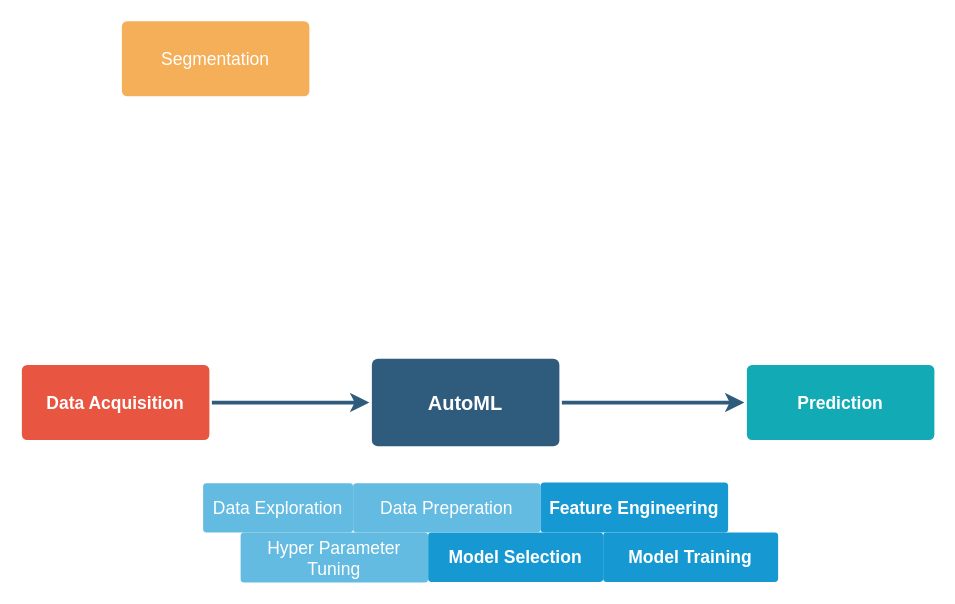
Above: Untitled Diagram.drawio in kar72kal/MC (draw.io), before the change. Source tidied: cells renumbered, new cells numbered last; positions are measured from the earlier drawing's top-left corner, leaving out a move shared by most shapes. Both pictures are drawn from the tidied source at 125%, with x=0, y=0 at pixel (21, 20).
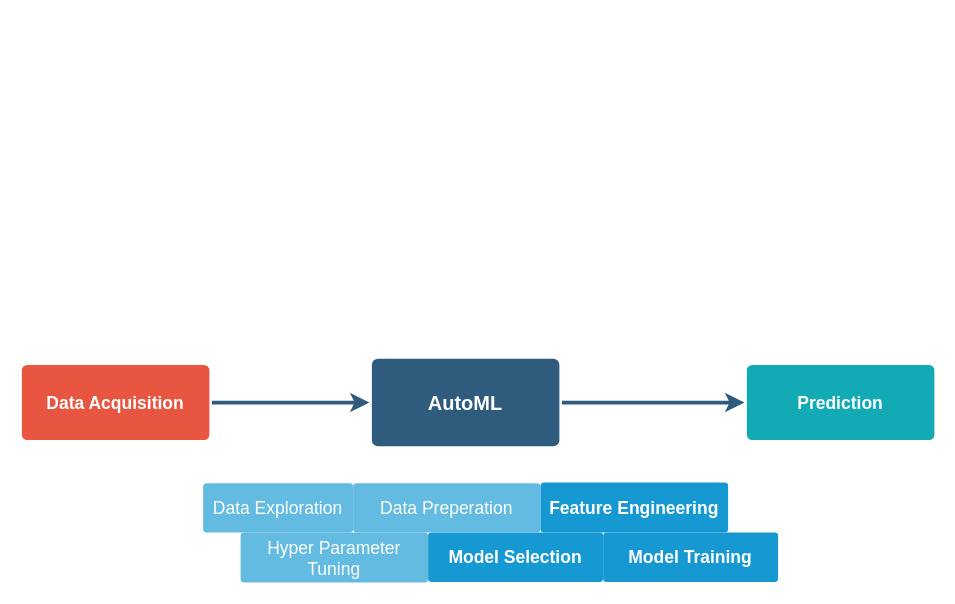
The same page after the edit.

Change to the diagram source:
```diff
@@
 <mxGraphModel background="#ffffff">
   <root>
     <mxCell id="0" />
     <mxCell id="1" parent="0" />
     <mxCell id="2" style="edgeStyle=none;rounded=0;jumpStyle=none;html=1;shadow=0;labelBackgroundColor=none;startArrow=none;startFill=0;endArrow=classic;endFill=1;jettySize=auto;strokeColor=#2F5B7C;strokeWidth=3;fontFamily=Helvetica;fontSize=16;fontColor=#23445D;spacing=5;" parent="1" edge="1" source="4" target="11">
       <mxGeometry relative="1" as="geometry" />
     </mxCell>
     <mxCell id="3" style="edgeStyle=none;rounded=0;jumpStyle=none;html=1;shadow=0;labelBackgroundColor=none;startArrow=none;startFill=0;endArrow=classic;endFill=1;jettySize=auto;strokeColor=#2F5B7C;strokeWidth=3;fontFamily=Helvetica;fontSize=16;fontColor=#23445D;spacing=5;entryX=0;entryY=0.5;entryDx=0;entryDy=0;exitX=1;exitY=0.5;exitDx=0;exitDy=0;" parent="1" edge="1" source="5" target="4">
       <mxGeometry relative="1" as="geometry" />
     </mxCell>
     <mxCell id="4" value="AutoML" style="rounded=1;whiteSpace=wrap;html=1;shadow=0;labelBackgroundColor=none;strokeColor=none;strokeWidth=3;fillColor=#2F5B7C;fontFamily=Helvetica;fontSize=16;fontColor=#FFFFFF;align=center;fontStyle=1;spacing=5;arcSize=7;perimeterSpacing=2;" parent="1" vertex="1">
       <mxGeometry x="280" y="270.5" width="150" height="70" as="geometry" />
     </mxCell>
     <mxCell id="5" value="Data Acquisition" style="rounded=1;whiteSpace=wrap;html=1;shadow=0;labelBackgroundColor=none;strokeColor=none;strokeWidth=3;fillColor=#e85642;fontFamily=Helvetica;fontSize=14;fontColor=#FFFFFF;align=center;spacing=5;fontStyle=1;arcSize=7;perimeterSpacing=2;" parent="1" vertex="1">
       <mxGeometry y="275.5" width="150" height="60" as="geometry" />
     </mxCell>
     <mxCell id="6" value="Model Selection" style="rounded=1;whiteSpace=wrap;html=1;shadow=0;labelBackgroundColor=none;strokeColor=none;strokeWidth=3;fillColor=#1699d3;fontFamily=Helvetica;fontSize=14;fontColor=#FFFFFF;align=center;spacing=5;fontStyle=1;arcSize=7;perimeterSpacing=2;" parent="1" vertex="1">
       <mxGeometry x="325" y="409.5" width="140" height="39.5" as="geometry" />
     </mxCell>
     <mxCell id="7" value="Data Preperation" style="rounded=1;whiteSpace=wrap;html=1;shadow=0;labelBackgroundColor=none;strokeColor=none;strokeWidth=3;fillColor=#64bbe2;fontFamily=Helvetica;fontSize=14;fontColor=#FFFFFF;align=center;spacing=5;arcSize=7;perimeterSpacing=2;" parent="1" vertex="1">
       <mxGeometry x="265" y="370" width="150" height="39.5" as="geometry" />
     </mxCell>
     <mxCell id="8" value="Hyper Parameter Tuning" style="rounded=1;whiteSpace=wrap;html=1;shadow=0;labelBackgroundColor=none;strokeColor=none;strokeWidth=3;fillColor=#64bbe2;fontFamily=Helvetica;fontSize=14;fontColor=#FFFFFF;align=center;spacing=5;arcSize=7;perimeterSpacing=2;" parent="1" vertex="1">
       <mxGeometry x="175" y="409.5" width="150" height="40" as="geometry" />
     </mxCell>
     <mxCell id="9" value="Data Exploration" style="rounded=1;whiteSpace=wrap;html=1;shadow=0;labelBackgroundColor=none;strokeColor=none;strokeWidth=3;fillColor=#64bbe2;fontFamily=Helvetica;fontSize=14;fontColor=#FFFFFF;align=center;spacing=5;arcSize=7;perimeterSpacing=2;" parent="1" vertex="1">
       <mxGeometry x="145" y="370" width="120" height="39.5" as="geometry" />
     </mxCell>
-    <mxCell id="10" value="Segmentation" style="rounded=1;whiteSpace=wrap;html=1;shadow=0;labelBackgroundColor=none;strokeColor=none;strokeWidth=3;fillColor=#f5af58;fontFamily=Helvetica;fontSize=14;fontColor=#FFFFFF;align=center;spacing=5;arcSize=7;perimeterSpacing=2;" parent="1" vertex="1">
-      <mxGeometry x="80" y="0.5" width="150" height="60" as="geometry" />
-    </mxCell>
     <mxCell id="11" value="Prediction" style="rounded=1;whiteSpace=wrap;html=1;shadow=0;labelBackgroundColor=none;strokeColor=none;strokeWidth=3;fillColor=#12aab5;fontFamily=Helvetica;fontSize=14;fontColor=#FFFFFF;align=center;spacing=5;fontStyle=1;arcSize=7;perimeterSpacing=2;" parent="1" vertex="1">
       <mxGeometry x="580" y="275.5" width="150" height="60" as="geometry" />
     </mxCell>
     <mxCell id="12" value="Feature Engineering" style="rounded=1;whiteSpace=wrap;html=1;shadow=0;labelBackgroundColor=none;strokeColor=none;strokeWidth=3;fillColor=#1699d3;fontFamily=Helvetica;fontSize=14;fontColor=#FFFFFF;align=center;spacing=5;fontStyle=1;arcSize=7;perimeterSpacing=2;" parent="1" vertex="1">
       <mxGeometry x="415" y="369.5" width="150" height="40" as="geometry" />
     </mxCell>
     <mxCell id="13" value="Model Training" style="rounded=1;whiteSpace=wrap;html=1;shadow=0;labelBackgroundColor=none;strokeColor=none;strokeWidth=3;fillColor=#1699d3;fontFamily=Helvetica;fontSize=14;fontColor=#FFFFFF;align=center;spacing=5;fontStyle=1;arcSize=7;perimeterSpacing=2;" parent="1" vertex="1">
       <mxGeometry x="465" y="409.5" width="140" height="39.5" as="geometry" />
     </mxCell>
   </root>
 </mxGraphModel>
```
